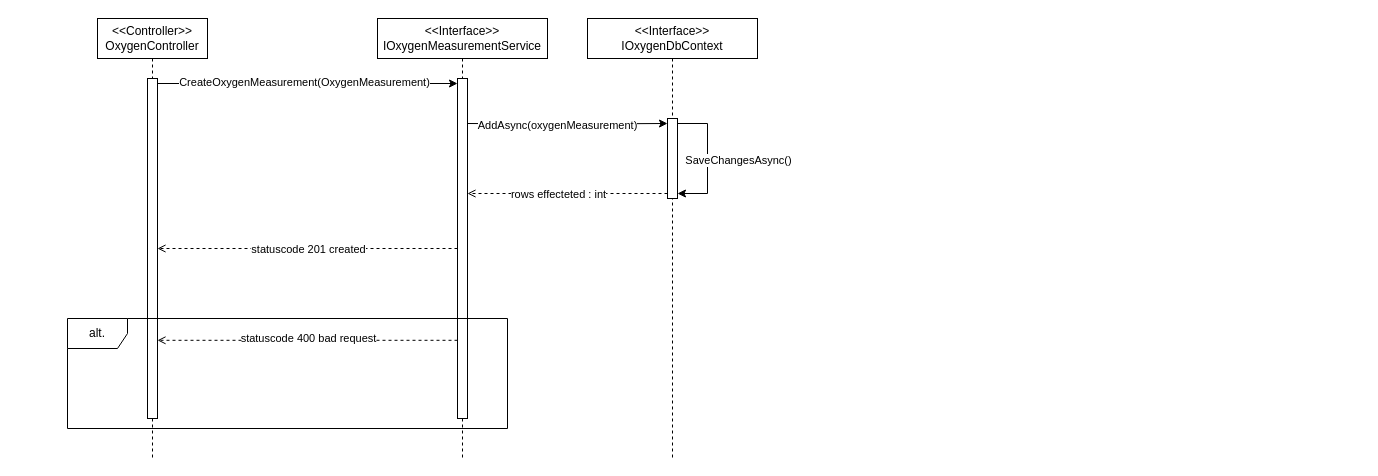
This is Diagrams/Sequence diagrams/create new measurement/Sequence diagram create_new_measurement.drawio from H6SvendreProeve/Documentation, a draw.io file, before an edit. Source tidied: cells renumbered, new cells numbered last; positions are measured from the earlier drawing's top-left corner, leaving out a move shared by most shapes. Both pictures are drawn from the tidied source at 100%, with x=0, y=0 at pixel (67, 18).
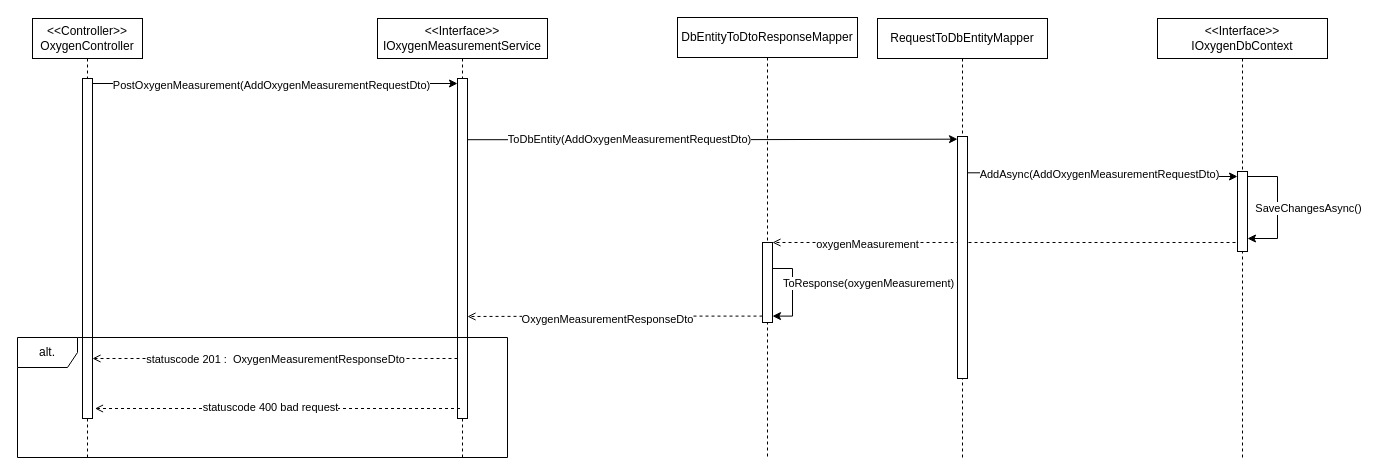
The same diagram, later.

The change refers to these unchanged cells:
```xml
<mxCell id="3" style="html=1;perimeter=orthogonalPerimeter;outlineConnect=0;targetShapes=umlLifeline;portConstraint=eastwest;newEdgeStyle={&quot;curved&quot;:0,&quot;rounded&quot;:0};points=[[0,0,0,0,0],[0,0.25,0,0,0],[0,0.5,0,0,0],[0,0.75,0,0,0],[0,1,0,0,0],[0.25,0,0,0,0],[0.25,1,0,0,0],[0.5,0,0,0,0],[0.5,1,0,0,0],[0.75,0,0,0,0],[0.75,1,0,0,0],[1,0,0,0,0],[1,0.08,0,0,0],[1,0.15,0,0,0],[1,0.23,0,0,0],[1,0.25,0,0,0],[1,0.31,0,0,0],[1,0.38,0,0,0],[1,0.46,0,0,0],[1,0.5,0,0,0],[1,0.54,0,0,0],[1,0.62,0,0,0],[1,0.69,0,0,0],[1,0.75,0,0,0],[1,0.77,0,0,0],[1,0.85,0,0,0],[1,0.92,0,0,0],[1,1,0,0,0]];" parent="2" vertex="1">
  <mxGeometry x="50" y="60" width="10" height="340" as="geometry" />
</mxCell>
<mxCell id="4" value="&amp;lt;&amp;lt;Interface&amp;gt;&amp;gt;&lt;br&gt;IOxygenMeasurementService" style="shape=umlLifeline;perimeter=lifelinePerimeter;whiteSpace=wrap;html=1;newEdgeStyle={&quot;edgeStyle&quot;:&quot;elbowEdgeStyle&quot;,&quot;elbow&quot;:&quot;vertical&quot;,&quot;curved&quot;:0,&quot;rounded&quot;:0};" parent="1" vertex="1">
  <mxGeometry x="310" width="170" height="440" as="geometry" />
</mxCell>
<mxCell id="10" style="edgeStyle=orthogonalEdgeStyle;rounded=0;jettySize=auto;html=1;curved=0;exitX=1;exitY=0;exitDx=0;exitDy=5;exitPerimeter=0;entryX=0;entryY=0;entryDx=0;entryDy=5;entryPerimeter=0;" parent="1" edge="1" source="3">
  <mxGeometry relative="1" as="geometry">
    <mxPoint x="390" y="65" as="targetPoint" />
  </mxGeometry>
</mxCell>
```

Change to the diagram source:
```diff
@@
     <mxCell id="2" value="&amp;lt;&amp;lt;Controller&amp;gt;&amp;gt;&lt;br&gt;OxygenController" style="shape=umlLifeline;perimeter=lifelinePerimeter;whiteSpace=wrap;html=1;newEdgeStyle={&quot;edgeStyle&quot;:&quot;elbowEdgeStyle&quot;,&quot;elbow&quot;:&quot;vertical&quot;,&quot;curved&quot;:0,&quot;rounded&quot;:0};" parent="1" vertex="1">
-      <mxGeometry x="30" width="110" height="440" as="geometry" />
+      <mxGeometry x="-35" width="110" height="440" as="geometry" />
     </mxCell>
@@
-    <mxCell id="5" style="html=1;perimeter=orthogonalPerimeter;outlineConnect=0;targetShapes=umlLifeline;portConstraint=eastwest;newEdgeStyle={&quot;curved&quot;:0,&quot;rounded&quot;:0};points=[[0,0,0,0,0],[0,0.08,0,0,0],[0,0.15,0,0,0],[0,0.23,0,0,0],[0,0.25,0,0,0],[0,0.31,0,0,0],[0,0.38,0,0,0],[0,0.46,0,0,0],[0,0.5,0,0,0],[0,0.54,0,0,0],[0,0.62,0,0,0],[0,0.69,0,0,0],[0,0.75,0,0,0],[0,0.77,0,0,0],[0,0.85,0,0,0],[0,0.92,0,0,0],[0,1,0,0,0],[0.25,0,0,0,0],[0.25,1,0,0,0],[0.5,0,0,0,0],[0.5,1,0,0,0],[0.75,0,0,0,0],[0.75,1,0,0,0],[1,0,0,0,0],[1,0.08,0,0,0],[1,0.15,0,0,0],[1,0.23,0,0,0],[1,0.25,0,0,0],[1,0.31,0,0,0],[1,0.38,0,0,0],[1,0.46,0,0,0],[1,0.5,0,0,0],[1,0.54,0,0,0],[1,0.62,0,0,0],[1,0.69,0,0,0],[1,0.75,0,0,0],[1,0.77,0,0,0],[1,0.85,0,0,0],[1,0.92,0,0,0],[1,1,0,0,0]];" parent="4" vertex="1">
+    <mxCell id="5" style="html=1;perimeter=orthogonalPerimeter;outlineConnect=0;targetShapes=umlLifeline;portConstraint=eastwest;newEdgeStyle={&quot;curved&quot;:0,&quot;rounded&quot;:0};points=[[0,0,0,0,0],[0,0.08,0,0,0],[0,0.15,0,0,0],[0,0.23,0,0,0],[0,0.25,0,0,0],[0,0.31,0,0,0],[0,0.38,0,0,0],[0,0.46,0,0,0],[0,0.5,0,0,0],[0,0.54,0,0,0],[0,0.62,0,0,0],[0,0.69,0,0,0],[0,0.75,0,0,0],[0,0.77,0,0,0],[0,0.85,0,0,0],[0,0.92,0,0,0],[0,1,0,0,0],[0.25,0,0,0,0],[0.25,1,0,0,0],[0.5,0,0,0,0],[0.5,1,0,0,0],[0.75,0,0,0,0],[0.75,1,0,0,0],[1,0,0,0,0],[1,0.01,0,0,0],[1,0.02,0,0,0],[1,0.03,0,0,0],[1,0.04,0,0,0],[1,0.05,0,0,0],[1,0.06,0,0,0],[1,0.07,0,0,0],[1,0.08,0,0,0],[1,0.09,0,0,0],[1,0.1,0,0,0],[1,0.11,0,0,0],[1,0.12,0,0,0],[1,0.13,0,0,0],[1,0.14,0,0,0],[1,0.15,0,0,0],[1,0.16,0,0,0],[1,0.17,0,0,0],[1,0.18,0,0,0],[1,0.19,0,0,0],[1,0.2,0,0,0],[1,0.21,0,0,0],[1,0.22,0,0,0],[1,0.23,0,0,0],[1,0.24,0,0,0],[1,0.25,0,0,0],[1,0.26,0,0,0],[1,0.27,0,0,0],[1,0.28,0,0,0],[1,0.29,0,0,0],[1,0.3,0,0,0],[1,0.31,0,0,0],[1,0.32,0,0,0],[1,0.33,0,0,0],[1,0.34,0,0,0],[1,0.35,0,0,0],[1,0.36,0,0,0],[1,0.37,0,0,0],[1,0.38,0,0,0],[1,0.39,0,0,0],[1,0.4,0,0,0],[1,0.41,0,0,0],[1,0.42,0,0,0],[1,0.43,0,0,0],[1,0.44,0,0,0],[1,0.45,0,0,0],[1,0.46,0,0,0],[1,0.47,0,0,0],[1,0.48,0,0,0],[1,0.49,0,0,0],[1,0.5,0,0,0],[1,0.51,0,0,0],[1,0.52,0,0,0],[1,0.53,0,0,0],[1,0.54,0,0,0],[1,0.55,0,0,0],[1,0.56,0,0,0],[1,0.57,0,0,0],[1,0.58,0,0,0],[1,0.59,0,0,0],[1,0.6,0,0,0],[1,0.61,0,0,0],[1,0.62,0,0,0],[1,0.63,0,0,0],[1,0.64,0,0,0],[1,0.65,0,0,0],[1,0.66,0,0,0],[1,0.67,0,0,0],[1,0.68,0,0,0],[1,0.69,0,0,0],[1,0.7,0,0,0],[1,0.71,0,0,0],[1,0.72,0,0,0],[1,0.73,0,0,0],[1,0.74,0,0,0],[1,0.75,0,0,0],[1,0.76,0,0,0],[1,0.77,0,0,0],[1,0.78,0,0,0],[1,0.79,0,0,0],[1,0.8,0,0,0],[1,0.81,0,0,0],[1,0.82,0,0,0],[1,0.83,0,0,0],[1,0.84,0,0,0],[1,0.85,0,0,0],[1,0.86,0,0,0],[1,0.87,0,0,0],[1,0.88,0,0,0],[1,0.89,0,0,0],[1,0.9,0,0,0],[1,0.91,0,0,0],[1,0.92,0,0,0],[1,0.93,0,0,0],[1,0.94,0,0,0],[1,0.95,0,0,0],[1,0.96,0,0,0],[1,0.97,0,0,0],[1,0.98,0,0,0],[1,0.99,0,0,0],[1,1,0,0,0]];" parent="4" vertex="1">
       <mxGeometry x="80" y="60" width="10" height="340" as="geometry" />
     </mxCell>
     <mxCell id="6" value="&amp;lt;&amp;lt;Interface&amp;gt;&amp;gt;&lt;br&gt;IOxygenDbContext" style="shape=umlLifeline;perimeter=lifelinePerimeter;whiteSpace=wrap;html=1;newEdgeStyle={&quot;edgeStyle&quot;:&quot;elbowEdgeStyle&quot;,&quot;elbow&quot;:&quot;vertical&quot;,&quot;curved&quot;:0,&quot;rounded&quot;:0};" parent="1" vertex="1">
-      <mxGeometry x="520" width="170" height="440" as="geometry" />
+      <mxGeometry x="1090" width="170" height="440" as="geometry" />
     </mxCell>
     <mxCell id="7" style="html=1;points=[[0,0,0,0,5],[0,1,0,0,-5],[1,0,0,0,5],[1,1,0,0,-5]];perimeter=orthogonalPerimeter;outlineConnect=0;targetShapes=umlLifeline;portConstraint=eastwest;newEdgeStyle={&quot;curved&quot;:0,&quot;rounded&quot;:0};" parent="6" vertex="1">
-      <mxGeometry x="80" y="100" width="10" height="80" as="geometry" />
+      <mxGeometry x="80" y="153" width="10" height="80" as="geometry" />
     </mxCell>
     <mxCell id="8" style="edgeStyle=orthogonalEdgeStyle;rounded=0;orthogonalLoop=1;jettySize=auto;html=1;curved=0;exitX=1;exitY=0;exitDx=0;exitDy=5;exitPerimeter=0;" parent="6" edge="1" source="7" target="7">
       <mxGeometry relative="1" as="geometry">
         <Array as="points">
-          <mxPoint x="120" y="105" />
-          <mxPoint x="120" y="175" />
+          <mxPoint x="120" y="158" />
+          <mxPoint x="120" y="220" />
         </Array>
       </mxGeometry>
     </mxCell>
@@
-    <mxCell id="11" value="CreateOxygenMeasurement(OxygenMeasurement)" style="edgeLabel;html=1;align=center;verticalAlign=middle;" parent="10" vertex="1">
-      <mxGeometry x="-0.03" y="2" relative="1" as="geometry" />
+    <mxCell id="11" value="PostOxygenMeasurement(AddOxygenMeasurementRequestDto)" style="edgeLabel;html=1;align=center;verticalAlign=middle;" parent="10" vertex="1">
+      <mxGeometry x="-0.03" y="2" relative="1" as="geometry">
+        <mxPoint x="1" y="3" as="offset" />
+      </mxGeometry>
     </mxCell>
-    <mxCell id="12" style="edgeStyle=orthogonalEdgeStyle;rounded=0;jettySize=auto;html=1;curved=0;exitX=1;exitY=1;exitDx=0;exitDy=-5;exitPerimeter=0;entryX=0;entryY=0;entryDx=0;entryDy=5;entryPerimeter=0;" parent="1" edge="1" target="7">
+    <mxCell id="12" style="edgeStyle=orthogonalEdgeStyle;rounded=0;jettySize=auto;html=1;curved=0;exitX=0;exitY=1;exitDx=0;exitDy=-5;exitPerimeter=0;endArrow=open;endFill=0;dashed=1;entryX=1;entryY=0;entryDx=0;entryDy=0;entryPerimeter=0;" parent="1" edge="1" source="7" target="24">
       <mxGeometry relative="1" as="geometry">
-        <mxPoint x="400" y="105" as="sourcePoint" />
+        <Array as="points">
+          <mxPoint x="1170" y="224" />
+        </Array>
       </mxGeometry>
     </mxCell>
-    <mxCell id="13" value="AddAsync(oxygenMeasurement)" style="edgeLabel;html=1;align=center;verticalAlign=middle;" parent="12" vertex="1">
-      <mxGeometry x="-0.1" y="-1" relative="1" as="geometry" />
+    <mxCell id="13" value="oxygenMeasurement" style="edgeLabel;html=1;align=center;verticalAlign=middle;" parent="12" vertex="1">
+      <mxGeometry x="-0.1" y="-1" relative="1" as="geometry">
+        <mxPoint x="-164" y="2" as="offset" />
+      </mxGeometry>
     </mxCell>
-    <mxCell id="14" style="edgeStyle=orthogonalEdgeStyle;rounded=0;jettySize=auto;html=1;curved=0;entryX=1;entryY=0;entryDx=0;entryDy=5;entryPerimeter=0;exitX=0;exitY=1;exitDx=0;exitDy=-5;exitPerimeter=0;endArrow=open;endFill=0;dashed=1;" parent="1" edge="1" source="7">
-      <mxGeometry relative="1" as="geometry">
-        <mxPoint x="400" y="175" as="targetPoint" />
-      </mxGeometry>
-    </mxCell>
-    <mxCell id="15" value="rows effecteted : int" style="edgeLabel;html=1;align=center;verticalAlign=middle;" parent="14" vertex="1">
-      <mxGeometry x="0.13" relative="1" as="geometry">
-        <mxPoint x="3" as="offset" />
-      </mxGeometry>
-    </mxCell>
-    <mxCell id="16" style="edgeStyle=orthogonalEdgeStyle;rounded=0;jettySize=auto;html=1;curved=0;exitX=0;exitY=0.5;exitDx=0;exitDy=0;exitPerimeter=0;endArrow=open;endFill=0;dashed=1;" parent="1" edge="1" source="5">
+    <mxCell id="16" style="edgeStyle=orthogonalEdgeStyle;rounded=0;orthogonalLoop=1;jettySize=auto;html=1;curved=0;exitX=0;exitY=0.5;exitDx=0;exitDy=0;exitPerimeter=0;endArrow=open;endFill=0;dashed=1;entryX=1;entryY=0.5;entryDx=0;entryDy=0;entryPerimeter=0;" parent="1" edge="1">
       <mxGeometry relative="1" as="geometry">
-        <mxPoint x="90" y="230" as="targetPoint" />
+        <mxPoint x="390" y="340" as="sourcePoint" />
+        <mxPoint x="25" y="340" as="targetPoint" />
       </mxGeometry>
     </mxCell>
-    <mxCell id="17" value="statuscode 201 created" style="edgeLabel;html=1;align=center;verticalAlign=middle;" parent="16" vertex="1">
+    <mxCell id="17" value="statuscode 201 :&amp;nbsp; OxygenMeasurementResponseDto" style="edgeLabel;html=1;align=center;verticalAlign=middle;" parent="16" vertex="1">
       <mxGeometry x="0.02" y="1" relative="1" as="geometry">
         <mxPoint x="3" y="-1" as="offset" />
       </mxGeometry>
     </mxCell>
     <mxCell id="18" value="alt." style="shape=umlFrame;whiteSpace=wrap;html=1;" parent="1" vertex="1">
-      <mxGeometry y="300" width="440" height="110" as="geometry" />
+      <mxGeometry x="-50" y="319" width="490" height="120" as="geometry" />
     </mxCell>
-    <mxCell id="19" style="edgeStyle=orthogonalEdgeStyle;rounded=0;jettySize=auto;html=1;curved=0;entryX=1;entryY=0.77;entryDx=0;entryDy=0;entryPerimeter=0;endArrow=open;endFill=0;dashed=1;exitX=0;exitY=0.77;exitDx=0;exitDy=0;exitPerimeter=0;" parent="1" edge="1" source="5" target="3">
-      <mxGeometry relative="1" as="geometry" />
+    <mxCell id="19" style="edgeStyle=orthogonalEdgeStyle;rounded=0;orthogonalLoop=1;jettySize=auto;html=1;curved=0;entryX=1;entryY=0.77;entryDx=0;entryDy=0;entryPerimeter=0;endArrow=open;endFill=0;dashed=1;exitX=0;exitY=0.77;exitDx=0;exitDy=0;exitPerimeter=0;" parent="1" edge="1">
+      <mxGeometry relative="1" as="geometry">
+        <mxPoint x="392.5" y="390" as="sourcePoint" />
+        <mxPoint x="27.5" y="390" as="targetPoint" />
+      </mxGeometry>
     </mxCell>
@@
+    <mxCell id="21" value="RequestToDbEntityMapper" style="shape=umlLifeline;perimeter=lifelinePerimeter;whiteSpace=wrap;html=1;newEdgeStyle={&quot;edgeStyle&quot;:&quot;elbowEdgeStyle&quot;,&quot;elbow&quot;:&quot;vertical&quot;,&quot;curved&quot;:0,&quot;rounded&quot;:0};" parent="1" vertex="1">
+      <mxGeometry x="810" width="170" height="440" as="geometry" />
+    </mxCell>
+    <mxCell id="22" style="html=1;perimeter=orthogonalPerimeter;outlineConnect=0;targetShapes=umlLifeline;portConstraint=eastwest;newEdgeStyle={&quot;curved&quot;:0,&quot;rounded&quot;:0};points=[[0,0,0,0,0],[0,0.01,0,0,0],[0,0.02,0,0,0],[0,0.03,0,0,0],[0,0.04,0,0,0],[0,0.05,0,0,0],[0,0.06,0,0,0],[0,0.07,0,0,0],[0,0.08,0,0,0],[0,0.09,0,0,0],[0,0.1,0,0,0],[0,0.11,0,0,0],[0,0.12,0,0,0],[0,0.13,0,0,0],[0,0.14,0,0,0],[0,0.15,0,0,0],[0,0.16,0,0,0],[0,0.17,0,0,0],[0,0.18,0,0,0],[0,0.19,0,0,0],[0,0.2,0,0,0],[0,0.21,0,0,0],[0,0.22,0,0,0],[0,0.23,0,0,0],[0,0.24,0,0,0],[0,0.25,0,0,0],[0,0.26,0,0,0],[0,0.27,0,0,0],[0,0.28,0,0,0],[0,0.29,0,0,0],[0,0.3,0,0,0],[0,0.31,0,0,0],[0,0.32,0,0,0],[0,0.33,0,0,0],[0,0.34,0,0,0],[0,0.35,0,0,0],[0,0.36,0,0,0],[0,0.37,0,0,0],[0,0.38,0,0,0],[0,0.39,0,0,0],[0,0.4,0,0,0],[0,0.41,0,0,0],[0,0.42,0,0,0],[0,0.43,0,0,0],[0,0.44,0,0,0],[0,0.45,0,0,0],[0,0.46,0,0,0],[0,0.47,0,0,0],[0,0.48,0,0,0],[0,0.49,0,0,0],[0,0.5,0,0,0],[0,0.51,0,0,0],[0,0.52,0,0,0],[0,0.53,0,0,0],[0,0.54,0,0,0],[0,0.55,0,0,0],[0,0.56,0,0,0],[0,0.57,0,0,0],[0,0.58,0,0,0],[0,0.59,0,0,0],[0,0.6,0,0,0],[0,0.61,0,0,0],[0,0.62,0,0,0],[0,0.63,0,0,0],[0,0.64,0,0,0],[0,0.65,0,0,0],[0,0.66,0,0,0],[0,0.67,0,0,0],[0,0.68,0,0,0],[0,0.69,0,0,0],[0,0.7,0,0,0],[0,0.71,0,0,0],[0,0.72,0,0,0],[0,0.73,0,0,0],[0,0.74,0,0,0],[0,0.75,0,0,0],[0,0.76,0,0,0],[0,0.77,0,0,0],[0,0.78,0,0,0],[0,0.79,0,0,0],[0,0.8,0,0,0],[0,0.81,0,0,0],[0,0.82,0,0,0],[0,0.83,0,0,0],[0,0.84,0,0,0],[0,0.85,0,0,0],[0,0.86,0,0,0],[0,0.87,0,0,0],[0,0.88,0,0,0],[0,0.89,0,0,0],[0,0.9,0,0,0],[0,0.91,0,0,0],[0,0.92,0,0,0],[0,0.93,0,0,0],[0,0.94,0,0,0],[0,0.95,0,0,0],[0,0.96,0,0,0],[0,0.97,0,0,0],[0,0.98,0,0,0],[0,0.99,0,0,0],[0,1,0,0,0],[0.25,0,0,0,0],[0.25,1,0,0,0],[0.5,0,0,0,0],[0.5,1,0,0,0],[0.75,0,0,0,0],[0.75,1,0,0,0],[1,0,0,0,0],[1,0.01,0,0,0],[1,0.02,0,0,0],[1,0.03,0,0,0],[1,0.04,0,0,0],[1,0.05,0,0,0],[1,0.06,0,0,0],[1,0.07,0,0,0],[1,0.08,0,0,0],[1,0.09,0,0,0],[1,0.1,0,0,0],[1,0.11,0,0,0],[1,0.12,0,0,0],[1,0.13,0,0,0],[1,0.14,0,0,0],[1,0.15,0,0,0],[1,0.16,0,0,0],[1,0.17,0,0,0],[1,0.18,0,0,0],[1,0.19,0,0,0],[1,0.2,0,0,0],[1,0.21,0,0,0],[1,0.22,0,0,0],[1,0.23,0,0,0],[1,0.24,0,0,0],[1,0.25,0,0,0],[1,0.26,0,0,0],[1,0.27,0,0,0],[1,0.28,0,0,0],[1,0.29,0,0,0],[1,0.3,0,0,0],[1,0.31,0,0,0],[1,0.32,0,0,0],[1,0.33,0,0,0],[1,0.34,0,0,0],[1,0.35,0,0,0],[1,0.36,0,0,0],[1,0.37,0,0,0],[1,0.38,0,0,0],[1,0.39,0,0,0],[1,0.4,0,0,0],[1,0.41,0,0,0],[1,0.42,0,0,0],[1,0.43,0,0,0],[1,0.44,0,0,0],[1,0.45,0,0,0],[1,0.46,0,0,0],[1,0.47,0,0,0],[1,0.48,0,0,0],[1,0.49,0,0,0],[1,0.5,0,0,0],[1,0.51,0,0,0],[1,0.52,0,0,0],[1,0.53,0,0,0],[1,0.54,0,0,0],[1,0.55,0,0,0],[1,0.56,0,0,0],[1,0.57,0,0,0],[1,0.58,0,0,0],[1,0.59,0,0,0],[1,0.6,0,0,0],[1,0.61,0,0,0],[1,0.62,0,0,0],[1,0.63,0,0,0],[1,0.64,0,0,0],[1,0.65,0,0,0],[1,0.66,0,0,0],[1,0.67,0,0,0],[1,0.68,0,0,0],[1,0.69,0,0,0],[1,0.7,0,0,0],[1,0.71,0,0,0],[1,0.72,0,0,0],[1,0.73,0,0,0],[1,0.74,0,0,0],[1,0.75,0,0,0],[1,0.76,0,0,0],[1,0.77,0,0,0],[1,0.78,0,0,0],[1,0.79,0,0,0],[1,0.8,0,0,0],[1,0.81,0,0,0],[1,0.82,0,0,0],[1,0.83,0,0,0],[1,0.84,0,0,0],[1,0.85,0,0,0],[1,0.86,0,0,0],[1,0.87,0,0,0],[1,0.88,0,0,0],[1,0.89,0,0,0],[1,0.9,0,0,0],[1,0.91,0,0,0],[1,0.92,0,0,0],[1,0.93,0,0,0],[1,0.94,0,0,0],[1,0.95,0,0,0],[1,0.96,0,0,0],[1,0.97,0,0,0],[1,0.98,0,0,0],[1,0.99,0,0,0],[1,1,0,0,0]];" parent="21" vertex="1">
+      <mxGeometry x="80" y="118" width="10" height="242" as="geometry" />
+    </mxCell>
+    <mxCell id="23" value="DbEntityToDtoResponseMapper" style="shape=umlLifeline;perimeter=lifelinePerimeter;whiteSpace=wrap;html=1;newEdgeStyle={&quot;edgeStyle&quot;:&quot;elbowEdgeStyle&quot;,&quot;elbow&quot;:&quot;vertical&quot;,&quot;curved&quot;:0,&quot;rounded&quot;:0};" parent="1" vertex="1">
+      <mxGeometry x="610" y="-1" width="180" height="440" as="geometry" />
+    </mxCell>
+    <mxCell id="24" style="html=1;perimeter=orthogonalPerimeter;outlineConnect=0;targetShapes=umlLifeline;portConstraint=eastwest;newEdgeStyle={&quot;curved&quot;:0,&quot;rounded&quot;:0};points=[[0,0,0,0,0],[0,0.08,0,0,0],[0,0.15,0,0,0],[0,0.23,0,0,0],[0,0.25,0,0,0],[0,0.31,0,0,0],[0,0.38,0,0,0],[0,0.46,0,0,0],[0,0.5,0,0,0],[0,0.54,0,0,0],[0,0.62,0,0,0],[0,0.69,0,0,0],[0,0.75,0,0,0],[0,0.77,0,0,0],[0,0.85,0,0,0],[0,0.92,0,0,0],[0,1,0,0,0],[0.25,0,0,0,0],[0.25,1,0,0,0],[0.5,0,0,0,0],[0.5,1,0,0,0],[0.75,0,0,0,0],[0.75,1,0,0,0],[1,0,0,0,0],[1,0.08,0,0,0],[1,0.15,0,0,0],[1,0.23,0,0,0],[1,0.25,0,0,0],[1,0.31,0,0,0],[1,0.38,0,0,0],[1,0.46,0,0,0],[1,0.5,0,0,0],[1,0.54,0,0,0],[1,0.62,0,0,0],[1,0.69,0,0,0],[1,0.75,0,0,0],[1,0.77,0,0,0],[1,0.85,0,0,0],[1,0.92,0,0,0],[1,1,0,0,0]];" parent="23" vertex="1">
+      <mxGeometry x="85" y="225" width="10" height="80" as="geometry" />
+    </mxCell>
+    <mxCell id="25" style="edgeStyle=orthogonalEdgeStyle;rounded=0;orthogonalLoop=1;jettySize=auto;html=1;curved=0;exitX=1;exitY=0.08;exitDx=0;exitDy=0;exitPerimeter=0;entryX=1;entryY=0.92;entryDx=0;entryDy=0;entryPerimeter=0;" parent="23" edge="1" source="24" target="24">
+      <mxGeometry relative="1" as="geometry">
+        <Array as="points">
+          <mxPoint x="95" y="251" />
+          <mxPoint x="115" y="251" />
+          <mxPoint x="115" y="299" />
+        </Array>
+      </mxGeometry>
+    </mxCell>
+    <mxCell id="26" value="ToResponse(oxygenMeasurement)" style="edgeLabel;html=1;align=center;verticalAlign=middle;" parent="25" vertex="1">
+      <mxGeometry x="-0.25" y="-1" relative="1" as="geometry">
+        <mxPoint x="76" y="14" as="offset" />
+      </mxGeometry>
+    </mxCell>
+    <mxCell id="27" style="edgeStyle=orthogonalEdgeStyle;rounded=0;jettySize=auto;html=1;curved=0;exitX=1;exitY=0.18;exitDx=0;exitDy=0;exitPerimeter=0;entryX=0;entryY=0.011;entryDx=0;entryDy=0;entryPerimeter=0;" parent="1" edge="1" source="5" target="22">
+      <mxGeometry relative="1" as="geometry" />
+    </mxCell>
+    <mxCell id="28" value="ToDbEntity(AddOxygenMeasurementRequestDto)" style="edgeLabel;html=1;align=center;verticalAlign=middle;" parent="27" vertex="1">
+      <mxGeometry x="-0.14" y="1" relative="1" as="geometry">
+        <mxPoint x="-50" as="offset" />
+      </mxGeometry>
+    </mxCell>
+    <mxCell id="29" style="edgeStyle=orthogonalEdgeStyle;rounded=0;jettySize=auto;html=1;curved=0;exitX=1;exitY=0.15;exitDx=0;exitDy=0;exitPerimeter=0;entryX=0;entryY=0;entryDx=0;entryDy=5;entryPerimeter=0;" parent="1" edge="1" source="22" target="7">
+      <mxGeometry relative="1" as="geometry" />
+    </mxCell>
+    <mxCell id="30" value="AddAsync(AddOxygenMeasurementRequestDto)" style="edgeLabel;html=1;align=center;verticalAlign=middle;" parent="29" vertex="1">
+      <mxGeometry x="-0.26" y="2" relative="1" as="geometry">
+        <mxPoint x="30" y="3" as="offset" />
+      </mxGeometry>
+    </mxCell>
+    <mxCell id="31" style="edgeStyle=orthogonalEdgeStyle;rounded=0;jettySize=auto;html=1;curved=0;exitX=0;exitY=0.92;exitDx=0;exitDy=0;exitPerimeter=0;entryX=1;entryY=0.7;entryDx=0;entryDy=0;entryPerimeter=0;dashed=1;endArrow=open;endFill=0;" parent="1" edge="1" source="24" target="5">
+      <mxGeometry relative="1" as="geometry" />
+    </mxCell>
+    <mxCell id="32" value="OxygenMeasurementResponseDto" style="edgeLabel;html=1;align=center;verticalAlign=middle;" parent="31" vertex="1">
+      <mxGeometry x="0.21" y="2" relative="1" as="geometry">
+        <mxPoint x="23" as="offset" />
+      </mxGeometry>
+    </mxCell>
```
